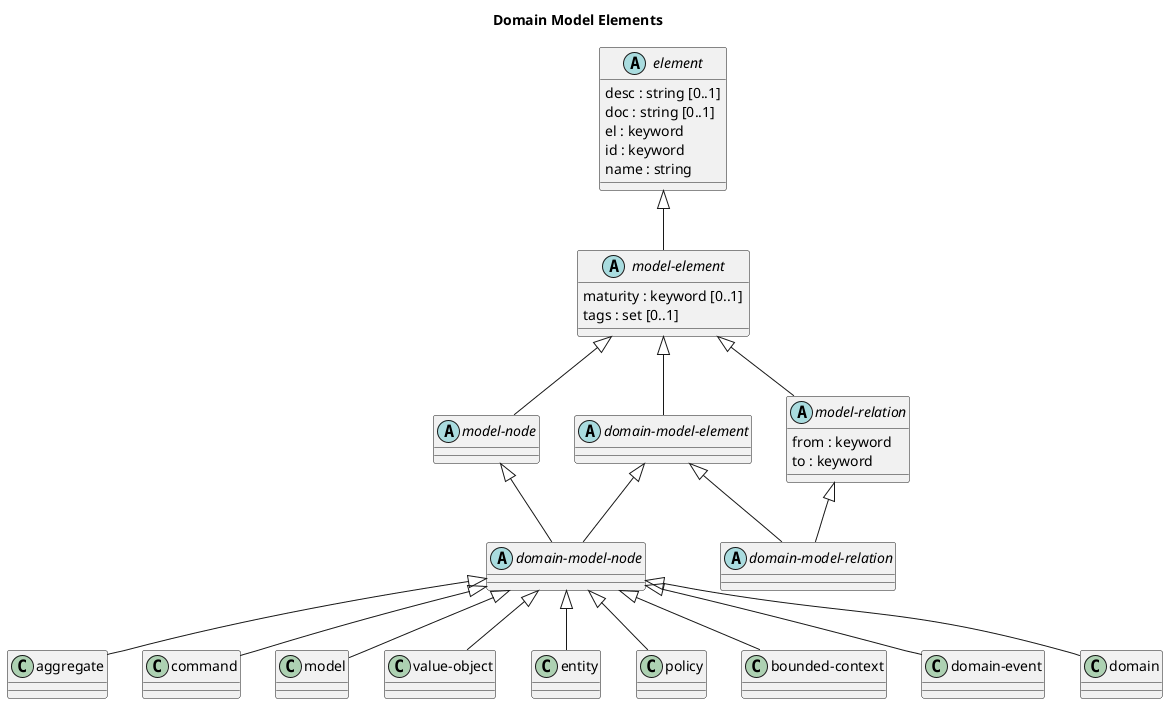
Earlier version of the PlantUML export docs/overarch/data-model/domain-model-elements.png (soulspace-org/overarch).
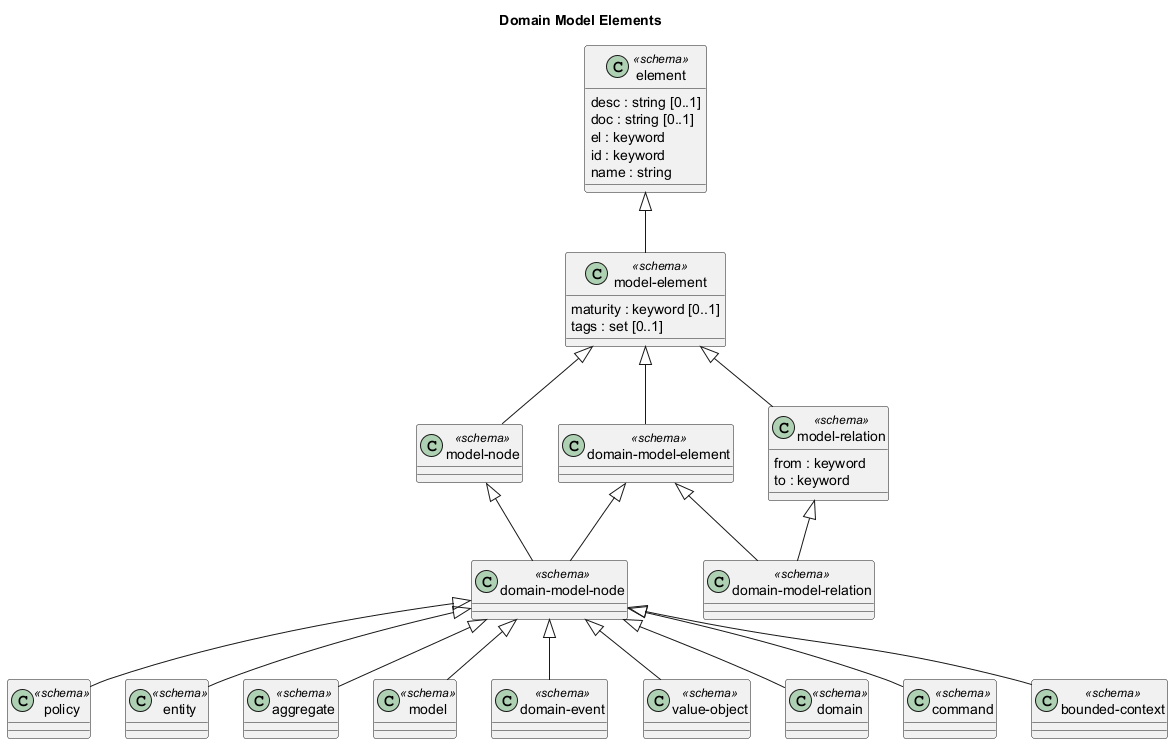
The same diagram one commit later.

Diff of the diagram source:
```diff
@@ -7,34 +7,34 @@
 
 title Domain Model Elements
 
-class "aggregate" as overarch_dataModel_aggregate {}
-abstract class "domain-model-relation" as overarch_dataModel_domainModelRelation {}
-abstract class "model-element" as overarch_dataModel_modelElement {
+class "model-element" as overarch_dataModel_modelElement <<schema>> {
   maturity : keyword [0..1]
   tags : set [0..1]
 }
-class "command" as overarch_dataModel_command {}
-class "model" as overarch_dataModel_model {}
-class "value-object" as overarch_dataModel_valueObject {}
-class "entity" as overarch_dataModel_entity {}
-class "policy" as overarch_dataModel_policy {}
-abstract class "model-node" as overarch_dataModel_modelNode {}
-abstract class "model-relation" as overarch_dataModel_modelRelation {
-  from : keyword
-  to : keyword
-}
-abstract class "domain-model-element" as overarch_dataModel_domainModelElement {}
-abstract class "domain-model-node" as overarch_dataModel_domainModelNode {}
-class "bounded-context" as overarch_dataModel_boundedContext {}
-abstract class "element" as overarch_dataModel_element {
+class "policy" as overarch_dataModel_policy <<schema>> {}
+class "entity" as overarch_dataModel_entity <<schema>> {}
+class "aggregate" as overarch_dataModel_aggregate <<schema>> {}
+class "model" as overarch_dataModel_model <<schema>> {}
+class "domain-model-relation" as overarch_dataModel_domainModelRelation <<schema>> {}
+class "domain-event" as overarch_dataModel_domainEvent <<schema>> {}
+class "value-object" as overarch_dataModel_valueObject <<schema>> {}
+class "model-node" as overarch_dataModel_modelNode <<schema>> {}
+class "domain-model-node" as overarch_dataModel_domainModelNode <<schema>> {}
+class "domain-model-element" as overarch_dataModel_domainModelElement <<schema>> {}
+class "domain" as overarch_dataModel_domain <<schema>> {}
+class "element" as overarch_dataModel_element <<schema>> {
   desc : string [0..1]
   doc : string [0..1]
   el : keyword
   id : keyword
   name : string
 }
-class "domain-event" as overarch_dataModel_domainEvent {}
-class "domain" as overarch_dataModel_domain {}
+class "model-relation" as overarch_dataModel_modelRelation <<schema>> {
+  from : keyword
+  to : keyword
+}
+class "command" as overarch_dataModel_command <<schema>> {}
+class "bounded-context" as overarch_dataModel_boundedContext <<schema>> {}
 overarch_dataModel_element <|-- overarch_dataModel_modelElement
 overarch_dataModel_modelNode <|-- overarch_dataModel_domainModelNode
 overarch_dataModel_domainModelNode <|-- overarch_dataModel_domainEvent
```
